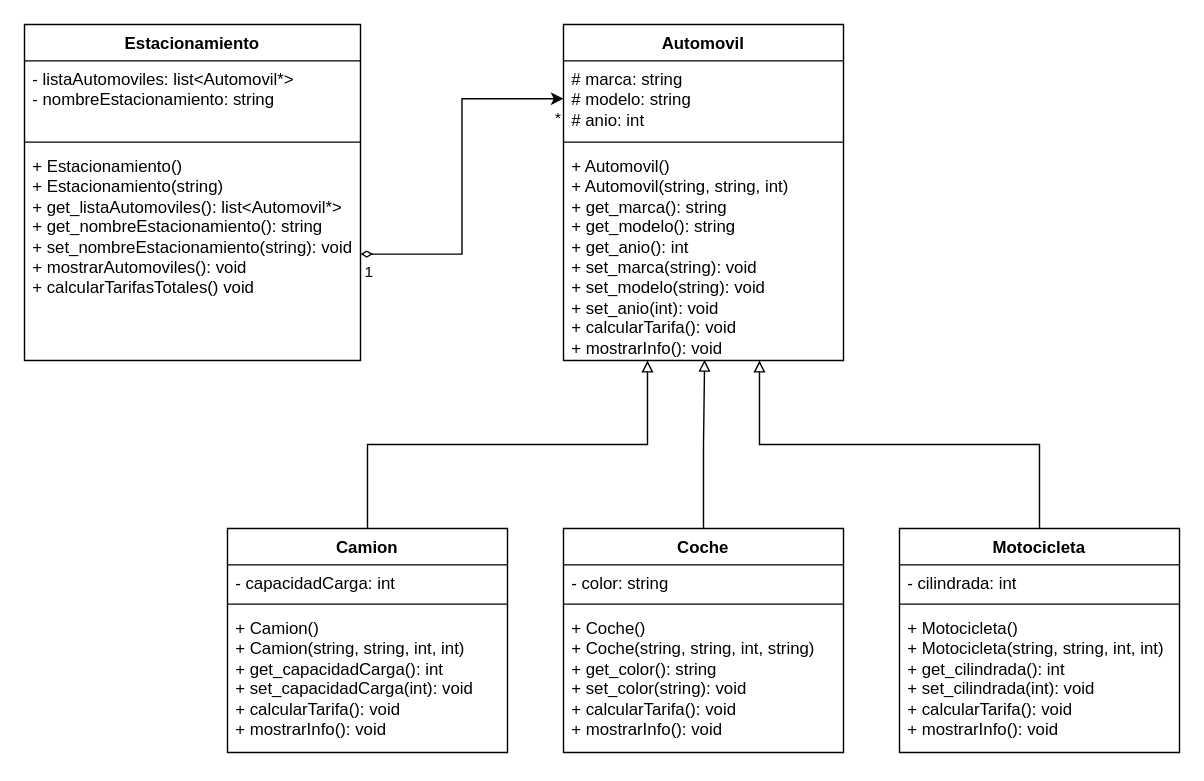
Before: UML.drawio in ceso-tec/Modelacion-orientada-a-objetos_proyecto, a draw.io diagram. Source tidied: cells renumbered, new cells numbered last; positions are measured from the earlier drawing's top-left corner, leaving out a move shared by most shapes. Both pictures are drawn from the tidied source at 140%, with x=0, y=0 at pixel (24, 24).
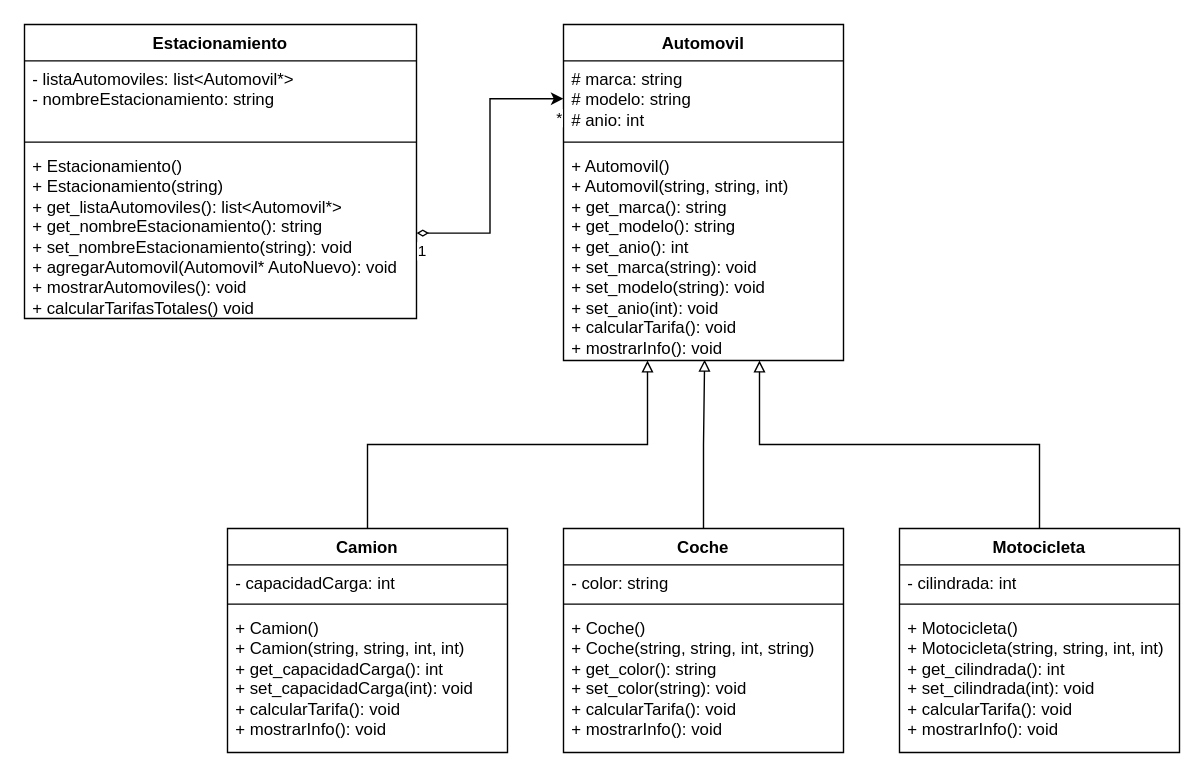
Above is the later version.

The edit, as a diff of the source:
```diff
@@
     <mxCell id="21" value="Estacionamiento" style="swimlane;fontStyle=1;align=center;verticalAlign=top;horizontal=1;startSize=26;whiteSpace=wrap;html=1;" parent="1" vertex="1">
-      <mxGeometry width="240" height="240" as="geometry" />
+      <mxGeometry width="280" height="210" as="geometry" />
     </mxCell>
     <mxCell id="22" value="- listaAutomoviles: list&amp;lt;Automovil*&amp;gt;&lt;div&gt;- nombreEstacionamiento: string&lt;/div&gt;" style="text;strokeColor=none;fillColor=none;align=left;verticalAlign=top;spacingLeft=4;spacingRight=4;overflow=hidden;whiteSpace=wrap;html=1;" parent="21" vertex="1">
-      <mxGeometry y="26" width="240" height="54" as="geometry" />
+      <mxGeometry y="26" width="280" height="54" as="geometry" />
     </mxCell>
     <mxCell id="23" style="line;strokeWidth=1;fillColor=none;align=left;verticalAlign=middle;spacingTop=-1;spacingLeft=3;spacingRight=3;labelPosition=right;strokeColor=inherit;" parent="21" vertex="1">
-      <mxGeometry y="80" width="240" height="8" as="geometry" />
+      <mxGeometry y="80" width="280" height="8" as="geometry" />
     </mxCell>
-    <mxCell id="24" value="+ Estacionamiento()&lt;div&gt;+ Estacionamiento(string)&lt;/div&gt;&lt;div&gt;+ get_listaAutomoviles(): list&amp;lt;Automovil*&amp;gt;&lt;/div&gt;&lt;div&gt;+ get_nombreEstacionamiento(): string&lt;/div&gt;&lt;div&gt;+ set_nombreEstacionamiento(string): void&lt;/div&gt;&lt;div&gt;+ mostrarAutomoviles(): void&lt;/div&gt;&lt;div&gt;+ calcularTarifasTotales() void&lt;/div&gt;" style="text;strokeColor=none;fillColor=none;align=left;verticalAlign=top;spacingLeft=4;spacingRight=4;overflow=hidden;points=[[0,0.5],[1,0.5]];portConstraint=eastwest;whiteSpace=wrap;html=1;" parent="21" vertex="1">
-      <mxGeometry y="88" width="240" height="152" as="geometry" />
+    <mxCell id="24" value="+ Estacionamiento()&lt;div&gt;+ Estacionamiento(string)&lt;/div&gt;&lt;div&gt;+ get_listaAutomoviles(): list&amp;lt;Automovil*&amp;gt;&lt;/div&gt;&lt;div&gt;+ get_nombreEstacionamiento(): string&lt;/div&gt;&lt;div&gt;+ set_nombreEstacionamiento(string): void&lt;/div&gt;&lt;div&gt;+ agregarAutomovil(Automovil* AutoNuevo): void&lt;/div&gt;&lt;div&gt;+ mostrarAutomoviles(): void&lt;/div&gt;&lt;div&gt;+ calcularTarifasTotales() void&lt;/div&gt;" style="text;strokeColor=none;fillColor=none;align=left;verticalAlign=top;spacingLeft=4;spacingRight=4;overflow=hidden;points=[[0,0.5],[1,0.5]];portConstraint=eastwest;whiteSpace=wrap;html=1;" parent="21" vertex="1">
+      <mxGeometry y="88" width="280" height="122" as="geometry" />
     </mxCell>
```
